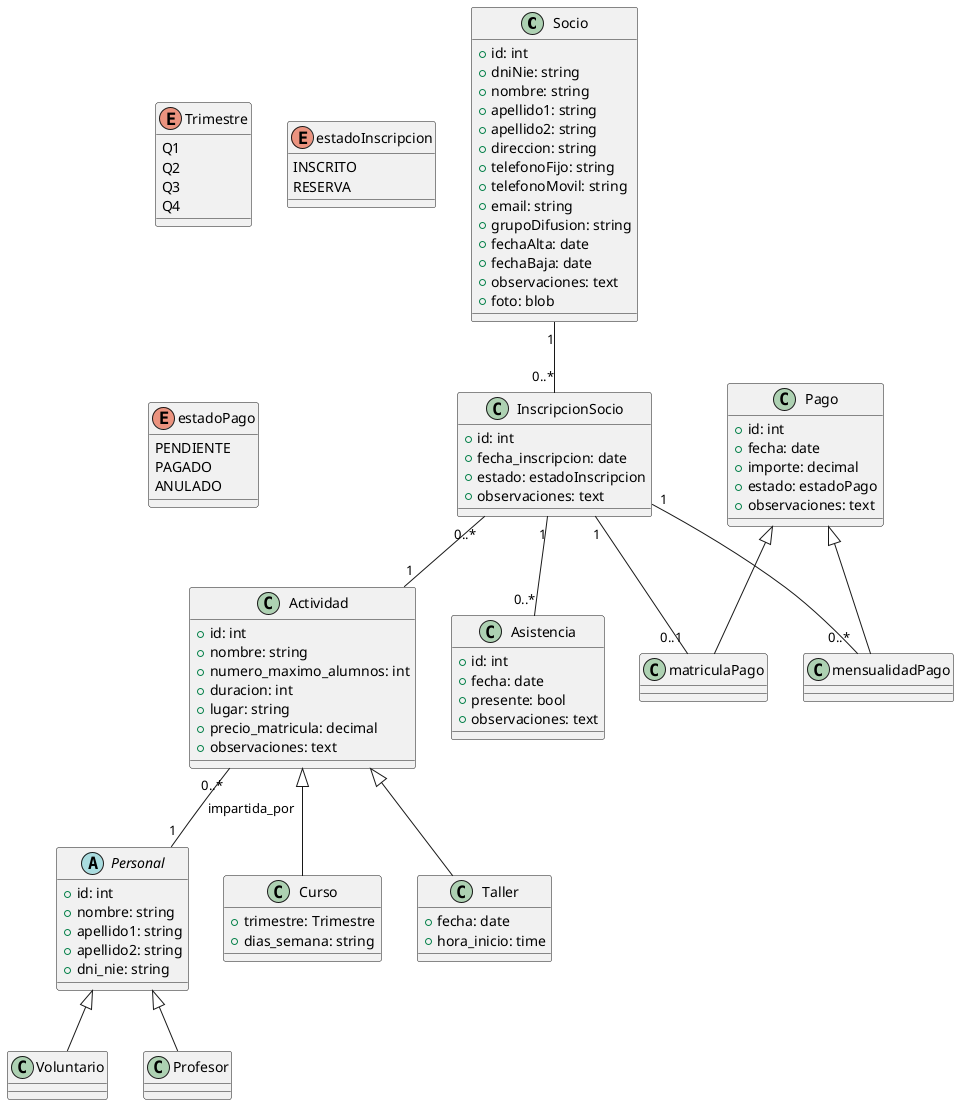
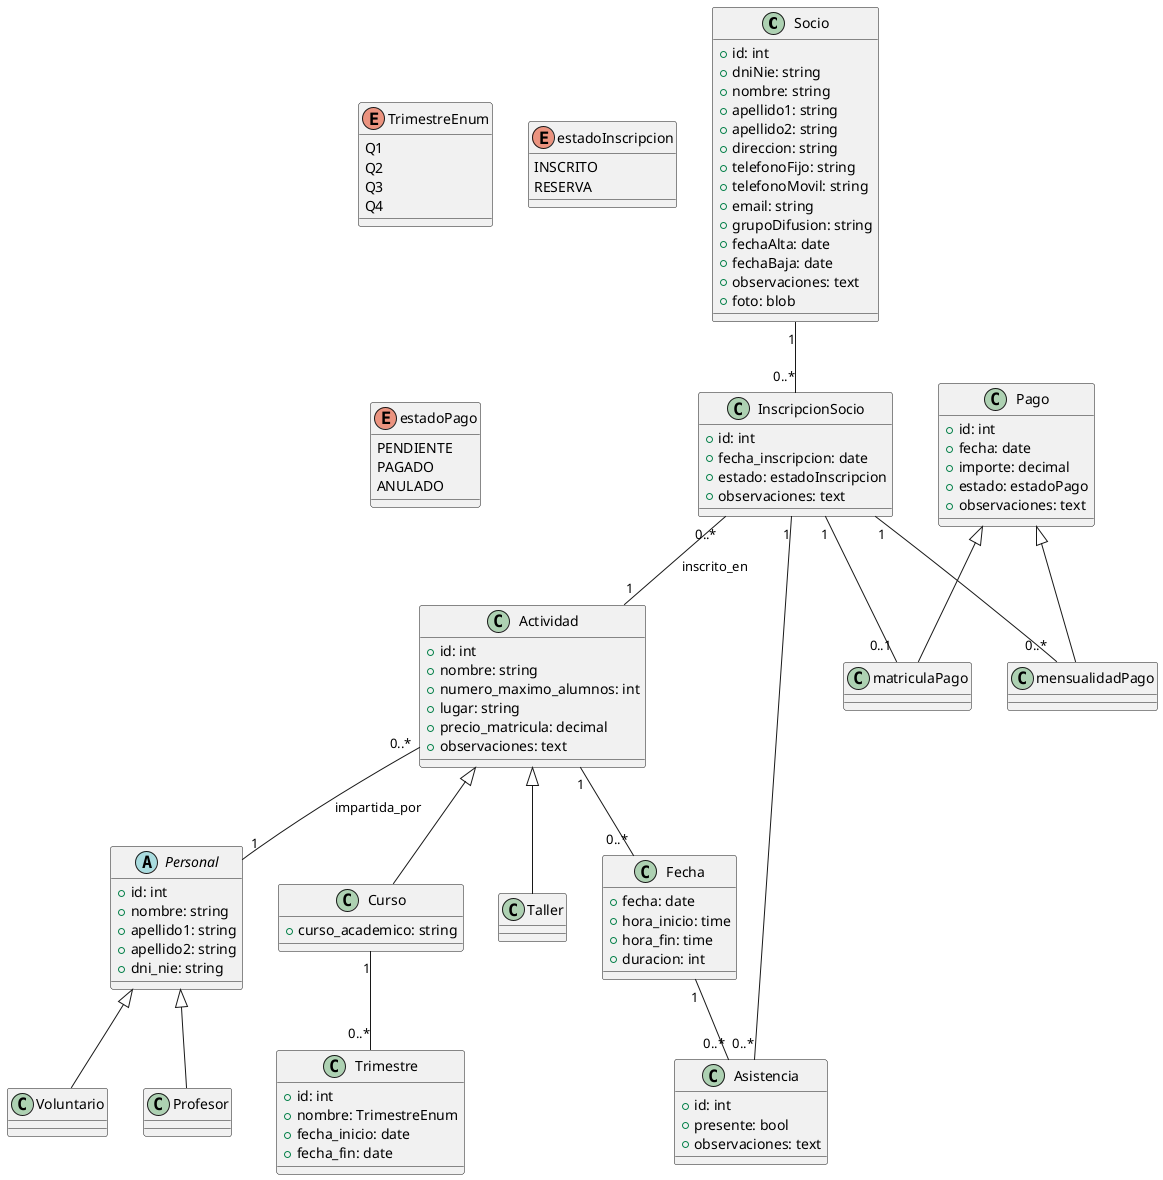

@startuml

class Socio {
  +id: int
  +dniNie: string
  +nombre: string
  +apellido1: string
  +apellido2: string
  +direccion: string
  +telefonoFijo: string
  +telefonoMovil: string
  +email: string
  +grupoDifusion: string
  +fechaAlta: date
  +fechaBaja: date
  +observaciones: text
  +foto: blob
}

abstract class Personal {
    +id: int
    +nombre: string
    +apellido1: string
    +apellido2: string
    +dni_nie: string
}

class Voluntario
class Profesor

Personal <|-- Voluntario
Personal <|-- Profesor

- enum Trimestre {
-   Q1
-   Q2
-   Q3
-   Q4
+ enum TrimestreEnum {
+     Q1
+     Q2
+     Q3
+     Q4
}

class Actividad {
    +id: int
    +nombre: string
    +numero_maximo_alumnos: int
-     +duracion: int
    +lugar: string
    +precio_matricula: decimal
    +observaciones: text
}

class Curso {
-     +trimestre: Trimestre
-     +dias_semana: string
+     +curso_academico: string
}
class Taller {
-     +fecha: date
-     +hora_inicio: time
+ }
+ 
+ class Trimestre {
+     +id: int
+     +nombre: TrimestreEnum
+     +fecha_inicio: date
+     +fecha_fin: date
}

Actividad <|-- Curso
Actividad <|-- Taller

enum estadoInscripcion {
    INSCRITO
    RESERVA
}
class InscripcionSocio {
    +id: int
    +fecha_inscripcion: date
    +estado: estadoInscripcion
    +observaciones: text
}

+ class Fecha
+ {
+     +fecha: date
+     +hora_inicio: time
+     +hora_fin: time
+     +duracion: int
+ }
+ 
class Asistencia {
    +id: int
-     +fecha: date
    +presente: bool
    +observaciones: text
}

enum estadoPago {
    PENDIENTE
    PAGADO
    ANULADO
}

class Pago {
    +id: int
    +fecha: date
    +importe: decimal
    +estado: estadoPago
    +observaciones: text
}

class matriculaPago {
}
class mensualidadPago {
}

Pago <|-- matriculaPago
Pago <|-- mensualidadPago

Socio "1" -- "0..*" InscripcionSocio
- InscripcionSocio "0..*" -- "1" Actividad
+ InscripcionSocio "0..*" -- "1" Actividad : inscrito_en
InscripcionSocio "1" -- "0..*" Asistencia
InscripcionSocio "1" -- "0..1" matriculaPago
InscripcionSocio "1" -- "0..*" mensualidadPago
+ Actividad "1" -- "0..*" Fecha
+ Fecha "1" -- "0..*" Asistencia
+ Curso "1" -- "0..*" Trimestre

Actividad "0..*" -- "1" Personal : impartida_por

@enduml
